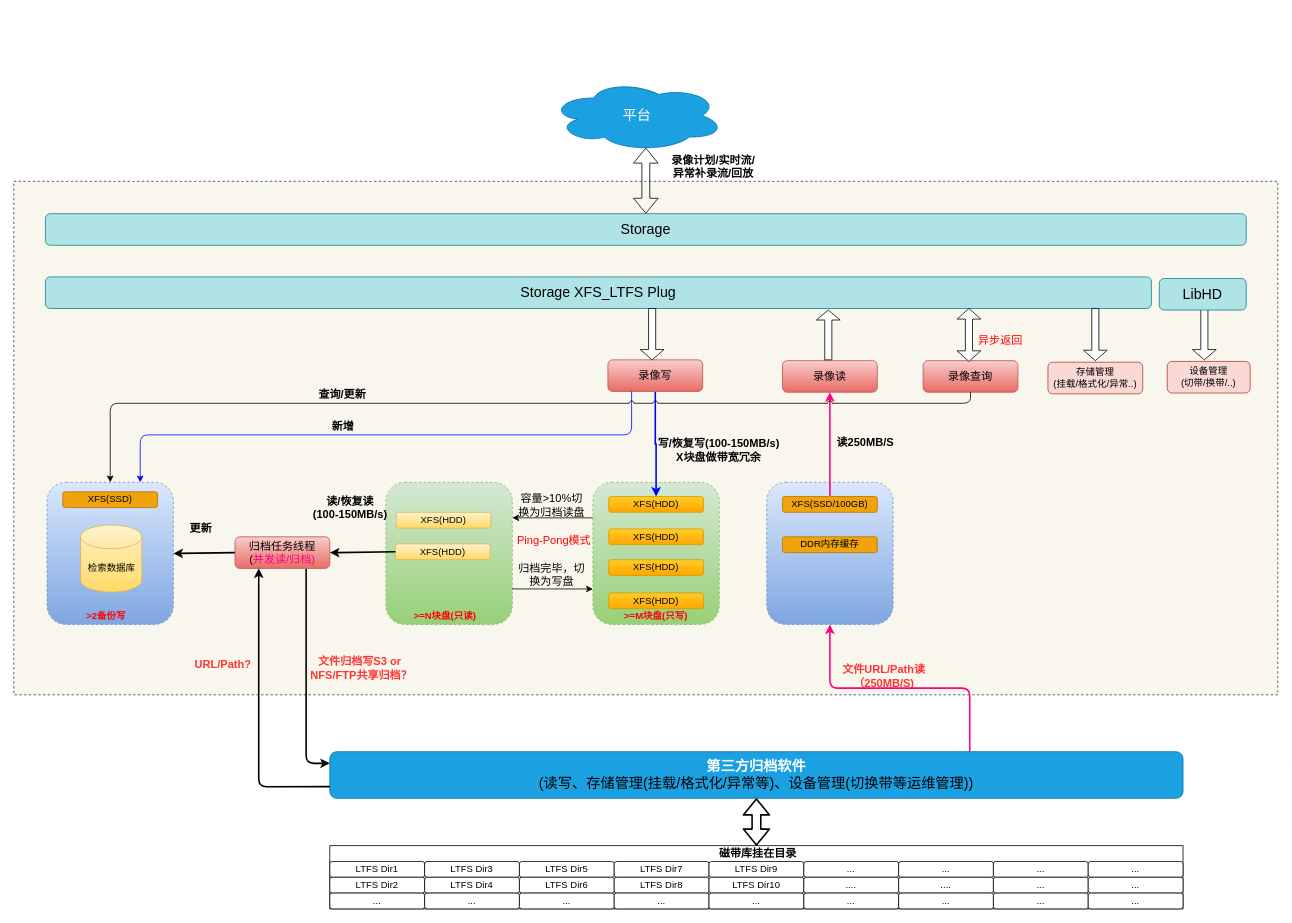
Before: Cidai_3.drawio in snowolfhawk/ceph-scripts, a draw.io diagram. Source tidied: cells renumbered, new cells numbered last; positions are measured from the earlier drawing's top-left corner, leaving out a move shared by most shapes. Both pictures are drawn from the tidied source at 79%, with x=0, y=0 at pixel (13, 80).
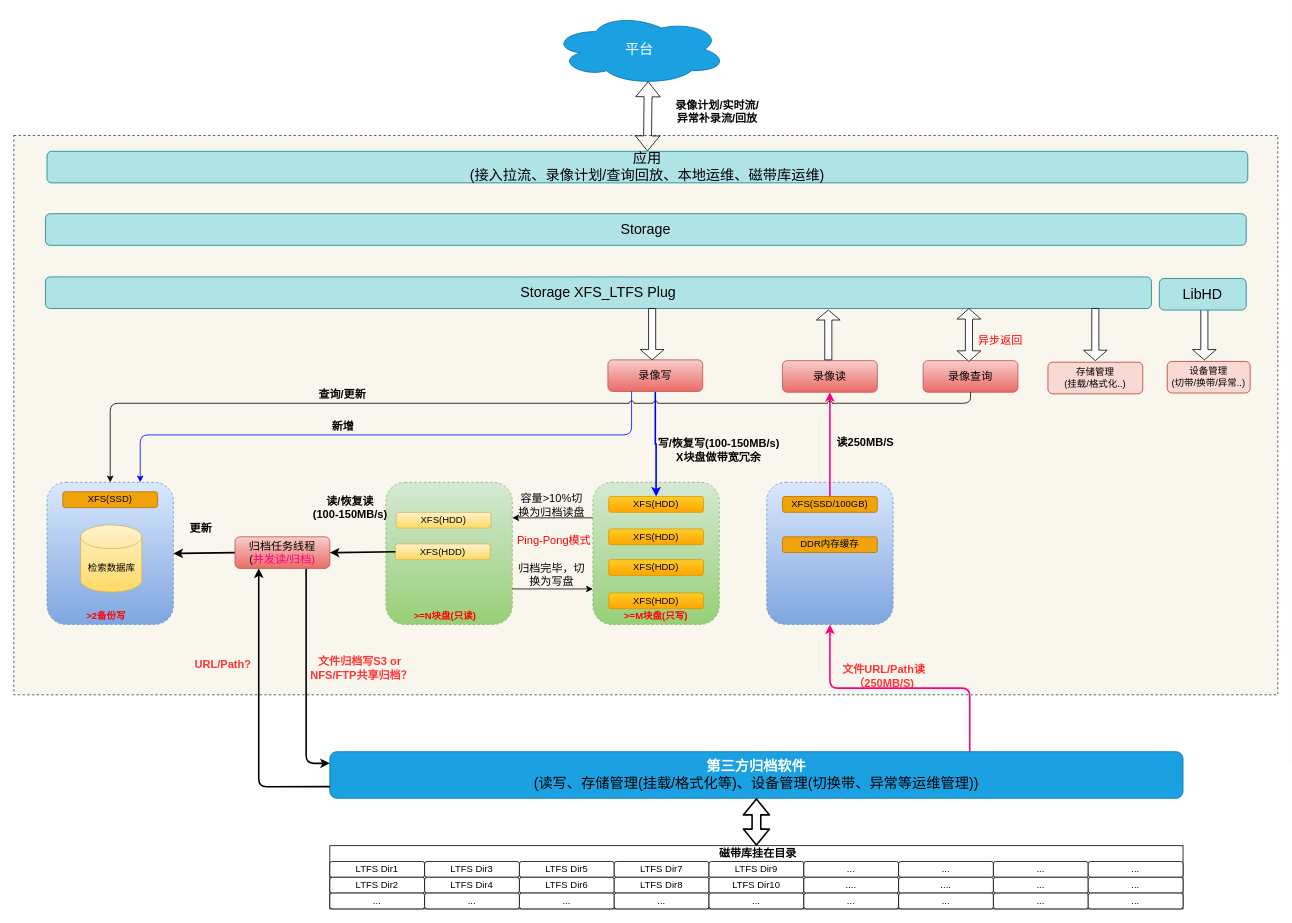
The same diagram, later.

The change refers to these unchanged cells:
```xml
<mxCell id="54" value="&lt;font style=&quot;font-size: 18px;&quot;&gt;Storage&lt;/font&gt;" style="rounded=1;whiteSpace=wrap;html=1;fillColor=#b0e3e6;strokeColor=#0e8088;" parent="1" vertex="1">
  <mxGeometry x="40" y="169" width="1520" height="40" as="geometry" />
</mxCell>
```

Diff of the diagram source:
```diff
@@
     <mxCell id="2" style="rounded=0;whiteSpace=wrap;html=1;fontSize=18;dashed=1;fillColor=#f9f7ed;strokeColor=#36393d;" parent="1" vertex="1">
-      <mxGeometry y="128" width="1600" height="650" as="geometry" />
+      <mxGeometry y="70" width="1600" height="708" as="geometry" />
     </mxCell>
@@
-    <mxCell id="57" value="存储管理&lt;br&gt;(挂载/格式化/异常..)" style="rounded=1;whiteSpace=wrap;html=1;fillColor=#fad9d5;strokeColor=#ae4132;" parent="1" vertex="1">
+    <mxCell id="57" value="存储管理&lt;br&gt;(挂载/格式化..)" style="rounded=1;whiteSpace=wrap;html=1;fillColor=#fad9d5;strokeColor=#ae4132;" parent="1" vertex="1">
       <mxGeometry x="1309" y="357" width="120" height="40" as="geometry" />
     </mxCell>
@@
-    <mxCell id="66" value="&lt;span style=&quot;font-size: 18px;&quot;&gt;&lt;b&gt;第三方归档软件&lt;/b&gt;&lt;br&gt;&lt;font color=&quot;#000000&quot;&gt;(读写、存储管理(挂载/格式化/异常等)、设备管理(切换带等运维管理))&lt;/font&gt;&lt;/span&gt;" style="rounded=1;whiteSpace=wrap;html=1;fillColor=#1ba1e2;strokeColor=#006EAF;fontColor=#ffffff;" parent="1" vertex="1">
+    <mxCell id="66" value="&lt;span style=&quot;font-size: 18px;&quot;&gt;&lt;b&gt;第三方归档软件&lt;/b&gt;&lt;br&gt;&lt;font color=&quot;#000000&quot;&gt;(读写、存储管理(挂载/格式化等)、设备管理(切换带、异常等运维管理))&lt;/font&gt;&lt;/span&gt;" style="rounded=1;whiteSpace=wrap;html=1;fillColor=#1ba1e2;strokeColor=#006EAF;fontColor=#ffffff;" parent="1" vertex="1">
       <mxGeometry x="400" y="850" width="1080" height="59" as="geometry" />
     </mxCell>
     <mxCell id="67" value="平台" style="ellipse;shape=cloud;whiteSpace=wrap;html=1;fontSize=18;fillColor=#1ba1e2;strokeColor=#006EAF;fontColor=#ffffff;" parent="1" vertex="1">
-      <mxGeometry x="679" width="220" height="90" as="geometry" />
+      <mxGeometry x="682" y="-84" width="220" height="90" as="geometry" />
     </mxCell>
     <mxCell id="68" value="&lt;b&gt;&lt;font style=&quot;font-size: 14px;&quot;&gt;录像计划/实时流/&lt;br&gt;异常补录流/回放&lt;/font&gt;&lt;/b&gt;" style="text;html=1;strokeColor=none;fillColor=none;align=center;verticalAlign=middle;whiteSpace=wrap;rounded=0;" parent="1" vertex="1">
-      <mxGeometry x="823" y="89" width="125" height="39" as="geometry" />
+      <mxGeometry x="828" y="20" width="125" height="39" as="geometry" />
     </mxCell>
-    <mxCell id="69" style="shape=flexArrow;endArrow=classic;startArrow=classic;html=1;rounded=0;fontSize=18;entryX=0.55;entryY=0.95;entryDx=0;entryDy=0;entryPerimeter=0;exitX=0.5;exitY=0;exitDx=0;exitDy=0;" parent="1" edge="1" source="54" target="67">
+    <mxCell id="69" style="shape=flexArrow;endArrow=classic;startArrow=classic;html=1;rounded=0;fontSize=18;entryX=0.55;entryY=0.95;entryDx=0;entryDy=0;entryPerimeter=0;exitX=0.5;exitY=0;exitDx=0;exitDy=0;" parent="1" edge="1" source="92" target="67">
       <mxGeometry relative="1" as="geometry" />
     </mxCell>
@@
-    <mxCell id="86" value="设备管理&lt;br&gt;(切带/换带/..)" style="rounded=1;whiteSpace=wrap;html=1;fillColor=#fad9d5;strokeColor=#ae4132;" parent="1" vertex="1">
+    <mxCell id="86" value="设备管理&lt;br&gt;(切带/换带/异常..)" style="rounded=1;whiteSpace=wrap;html=1;fillColor=#fad9d5;strokeColor=#ae4132;" parent="1" vertex="1">
       <mxGeometry x="1460" y="356" width="105" height="40" as="geometry" />
     </mxCell>
@@
+    <mxCell id="92" value="&lt;span style=&quot;font-size: 18px;&quot;&gt;应用&lt;br&gt;(接入拉流、录像计划/查询回放、本地运维、磁带库运维)&lt;/span&gt;" style="rounded=1;whiteSpace=wrap;html=1;fillColor=#b0e3e6;strokeColor=#0e8088;" parent="1" vertex="1">
+      <mxGeometry x="42" y="90" width="1520" height="40" as="geometry" />
+    </mxCell>
```
